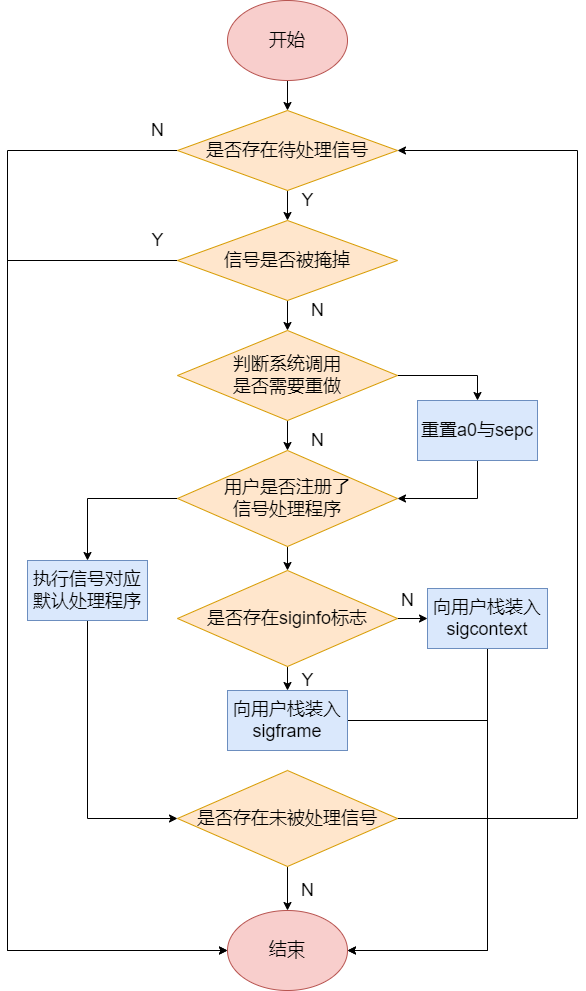
This is docs/content/img/信号处理流程.drawio.png from li041/RocketOS, a draw.io export, as it was before one commit. Source tidied: cells renumbered, new cells last; positions are measured from the earlier drawing's top-left corner, leaving out a move shared by most shapes. Its diagram source:
```xml
<mxGraphModel>
  <root>
    <mxCell id="0" />
    <mxCell id="1" parent="0" />
    <mxCell id="2" style="edgeStyle=orthogonalEdgeStyle;rounded=0;jettySize=auto;html=1;exitX=0.5;exitY=1;exitDx=0;exitDy=0;entryX=0.5;entryY=0;entryDx=0;entryDy=0;fontSize=18;" parent="1" edge="1" source="3" target="6">
      <mxGeometry relative="1" as="geometry" />
    </mxCell>
    <mxCell id="3" value="&lt;font style=&quot;font-size: 18px;&quot;&gt;开始&lt;/font&gt;" style="ellipse;whiteSpace=wrap;html=1;fillColor=#f8cecc;strokeColor=#b85450;" parent="1" vertex="1">
      <mxGeometry x="220" width="120" height="80" as="geometry" />
    </mxCell>
    <mxCell id="4" style="edgeStyle=orthogonalEdgeStyle;rounded=0;jettySize=auto;html=1;exitX=0.5;exitY=1;exitDx=0;exitDy=0;entryX=0.5;entryY=0;entryDx=0;entryDy=0;fontSize=18;" parent="1" edge="1" source="6" target="9">
      <mxGeometry relative="1" as="geometry" />
    </mxCell>
    <mxCell id="5" style="edgeStyle=orthogonalEdgeStyle;rounded=0;jettySize=auto;html=1;exitX=0;exitY=0.5;exitDx=0;exitDy=0;entryX=0;entryY=0.5;entryDx=0;entryDy=0;fontSize=18;" parent="1" edge="1" source="6" target="10">
      <mxGeometry relative="1" as="geometry">
        <Array as="points">
          <mxPoint y="150" />
          <mxPoint y="950" />
        </Array>
      </mxGeometry>
    </mxCell>
    <mxCell id="6" value="是否存在待处理信号" style="rhombus;whiteSpace=wrap;html=1;fontSize=18;fillColor=#ffe6cc;strokeColor=#d79b00;" parent="1" vertex="1">
      <mxGeometry x="170" y="110" width="220" height="80" as="geometry" />
    </mxCell>
    <mxCell id="7" style="edgeStyle=orthogonalEdgeStyle;rounded=0;jettySize=auto;html=1;exitX=0;exitY=0.5;exitDx=0;exitDy=0;entryX=0;entryY=0.5;entryDx=0;entryDy=0;fontSize=18;" parent="1" edge="1" source="9" target="10">
      <mxGeometry relative="1" as="geometry">
        <Array as="points">
          <mxPoint y="260" />
          <mxPoint y="950" />
        </Array>
      </mxGeometry>
    </mxCell>
    <mxCell id="8" style="edgeStyle=orthogonalEdgeStyle;rounded=0;jettySize=auto;html=1;exitX=0.5;exitY=1;exitDx=0;exitDy=0;entryX=0.5;entryY=0;entryDx=0;entryDy=0;fontSize=18;" parent="1" edge="1" source="9" target="23">
      <mxGeometry relative="1" as="geometry" />
    </mxCell>
    <mxCell id="9" value="信号是否被掩掉" style="rhombus;whiteSpace=wrap;html=1;fontSize=18;fillColor=#ffe6cc;strokeColor=#d79b00;" parent="1" vertex="1">
      <mxGeometry x="170" y="220" width="220" height="80" as="geometry" />
    </mxCell>
    <mxCell id="10" value="&lt;font style=&quot;font-size: 18px;&quot;&gt;结束&lt;/font&gt;" style="ellipse;whiteSpace=wrap;html=1;fillColor=#f8cecc;strokeColor=#b85450;" parent="1" vertex="1">
      <mxGeometry x="220" y="910" width="120" height="80" as="geometry" />
    </mxCell>
    <mxCell id="11" value="Y" style="text;html=1;align=center;verticalAlign=middle;strokeColor=none;fillColor=none;fontSize=18;" parent="1" vertex="1">
      <mxGeometry x="280" y="180" width="40" height="40" as="geometry" />
    </mxCell>
    <mxCell id="12" value="N" style="text;html=1;align=center;verticalAlign=middle;strokeColor=none;fillColor=none;fontSize=18;" parent="1" vertex="1">
      <mxGeometry x="130" y="110" width="40" height="40" as="geometry" />
    </mxCell>
    <mxCell id="13" value="Y" style="text;html=1;align=center;verticalAlign=middle;strokeColor=none;fillColor=none;fontSize=18;" parent="1" vertex="1">
      <mxGeometry x="130" y="220" width="40" height="40" as="geometry" />
    </mxCell>
    <mxCell id="14" style="edgeStyle=orthogonalEdgeStyle;rounded=0;jettySize=auto;html=1;exitX=0;exitY=0.5;exitDx=0;exitDy=0;entryX=0.5;entryY=0;entryDx=0;entryDy=0;fontSize=18;" parent="1" edge="1" source="16" target="25">
      <mxGeometry relative="1" as="geometry" />
    </mxCell>
    <mxCell id="15" style="edgeStyle=orthogonalEdgeStyle;rounded=0;jettySize=auto;html=1;exitX=0.5;exitY=1;exitDx=0;exitDy=0;entryX=0.5;entryY=0;entryDx=0;entryDy=0;fontSize=18;" parent="1" edge="1" source="16" target="32">
      <mxGeometry relative="1" as="geometry" />
    </mxCell>
    <mxCell id="16" value="用户是否注册了&lt;br&gt;信号处理程序" style="rhombus;whiteSpace=wrap;html=1;fontSize=18;fillColor=#ffe6cc;strokeColor=#d79b00;" parent="1" vertex="1">
      <mxGeometry x="170" y="450" width="220" height="96" as="geometry" />
    </mxCell>
    <mxCell id="17" value="N" style="text;html=1;align=center;verticalAlign=middle;strokeColor=none;fillColor=none;fontSize=18;" parent="1" vertex="1">
      <mxGeometry x="290" y="290" width="40" height="40" as="geometry" />
    </mxCell>
    <mxCell id="18" value="N" style="text;html=1;align=center;verticalAlign=middle;strokeColor=none;fillColor=none;fontSize=18;" parent="1" vertex="1">
      <mxGeometry x="290" y="420" width="40" height="40" as="geometry" />
    </mxCell>
    <mxCell id="19" style="edgeStyle=orthogonalEdgeStyle;rounded=0;jettySize=auto;html=1;exitX=0.5;exitY=1;exitDx=0;exitDy=0;fontSize=18;" parent="1" edge="1" source="20" target="16">
      <mxGeometry relative="1" as="geometry" />
    </mxCell>
    <mxCell id="20" value="重置a0与sepc" style="rounded=0;whiteSpace=wrap;html=1;fontSize=18;fillColor=#dae8fc;strokeColor=#6c8ebf;" parent="1" vertex="1">
      <mxGeometry x="410" y="400" width="120" height="60" as="geometry" />
    </mxCell>
    <mxCell id="21" style="edgeStyle=orthogonalEdgeStyle;rounded=0;jettySize=auto;html=1;exitX=0.5;exitY=1;exitDx=0;exitDy=0;entryX=0.5;entryY=0;entryDx=0;entryDy=0;fontSize=18;" parent="1" edge="1" source="23" target="16">
      <mxGeometry relative="1" as="geometry" />
    </mxCell>
    <mxCell id="22" style="edgeStyle=orthogonalEdgeStyle;rounded=0;jettySize=auto;html=1;exitX=1;exitY=0.5;exitDx=0;exitDy=0;entryX=0.5;entryY=0;entryDx=0;entryDy=0;fontSize=18;" parent="1" edge="1" source="23" target="20">
      <mxGeometry relative="1" as="geometry" />
    </mxCell>
    <mxCell id="23" value="判断系统调用&lt;br&gt;是否需要重做" style="rhombus;whiteSpace=wrap;html=1;fontSize=18;fillColor=#ffe6cc;strokeColor=#d79b00;" parent="1" vertex="1">
      <mxGeometry x="170" y="330" width="220" height="90" as="geometry" />
    </mxCell>
    <mxCell id="24" style="edgeStyle=orthogonalEdgeStyle;rounded=0;jettySize=auto;html=1;exitX=0.5;exitY=1;exitDx=0;exitDy=0;fontSize=18;entryX=0;entryY=0.5;entryDx=0;entryDy=0;" parent="1" edge="1" source="25" target="28">
      <mxGeometry relative="1" as="geometry" />
    </mxCell>
    <mxCell id="25" value="执行信号对应默认处理程序" style="rounded=0;whiteSpace=wrap;html=1;fontSize=18;fillColor=#dae8fc;strokeColor=#6c8ebf;" parent="1" vertex="1">
      <mxGeometry x="20" y="560" width="120" height="60" as="geometry" />
    </mxCell>
    <mxCell id="26" style="edgeStyle=orthogonalEdgeStyle;rounded=0;jettySize=auto;html=1;exitX=0.5;exitY=1;exitDx=0;exitDy=0;entryX=0.5;entryY=0;entryDx=0;entryDy=0;fontSize=18;" parent="1" edge="1" source="28" target="10">
      <mxGeometry relative="1" as="geometry" />
    </mxCell>
    <mxCell id="27" style="edgeStyle=orthogonalEdgeStyle;rounded=0;jettySize=auto;html=1;exitX=1;exitY=0.5;exitDx=0;exitDy=0;entryX=1;entryY=0.5;entryDx=0;entryDy=0;fontSize=18;" parent="1" edge="1" source="28" target="6">
      <mxGeometry relative="1" as="geometry">
        <Array as="points">
          <mxPoint x="570" y="818" />
          <mxPoint x="570" y="150" />
        </Array>
      </mxGeometry>
    </mxCell>
    <mxCell id="28" value="是否存在未被处理信号" style="rhombus;whiteSpace=wrap;html=1;fontSize=18;fillColor=#ffe6cc;strokeColor=#d79b00;" parent="1" vertex="1">
      <mxGeometry x="170" y="770" width="220" height="96" as="geometry" />
    </mxCell>
    <mxCell id="29" value="N" style="text;html=1;align=center;verticalAlign=middle;strokeColor=none;fillColor=none;fontSize=18;" parent="1" vertex="1">
      <mxGeometry x="280" y="870" width="40" height="40" as="geometry" />
    </mxCell>
    <mxCell id="30" style="edgeStyle=orthogonalEdgeStyle;rounded=0;jettySize=auto;html=1;exitX=0.5;exitY=1;exitDx=0;exitDy=0;entryX=0.5;entryY=0;entryDx=0;entryDy=0;fontSize=18;" parent="1" edge="1" source="32" target="34">
      <mxGeometry relative="1" as="geometry" />
    </mxCell>
    <mxCell id="31" style="edgeStyle=orthogonalEdgeStyle;rounded=0;jettySize=auto;html=1;exitX=1;exitY=0.5;exitDx=0;exitDy=0;entryX=0;entryY=0.5;entryDx=0;entryDy=0;fontSize=18;" parent="1" edge="1" source="32" target="36">
      <mxGeometry relative="1" as="geometry" />
    </mxCell>
    <mxCell id="32" value="是否存在siginfo标志" style="rhombus;whiteSpace=wrap;html=1;fontSize=18;fillColor=#ffe6cc;strokeColor=#d79b00;" parent="1" vertex="1">
      <mxGeometry x="170" y="570" width="220" height="96" as="geometry" />
    </mxCell>
    <mxCell id="33" style="edgeStyle=orthogonalEdgeStyle;rounded=0;jettySize=auto;html=1;exitX=1;exitY=0.5;exitDx=0;exitDy=0;entryX=1;entryY=0.5;entryDx=0;entryDy=0;fontSize=18;" parent="1" edge="1" source="34" target="10">
      <mxGeometry relative="1" as="geometry">
        <Array as="points">
          <mxPoint x="480" y="720" />
          <mxPoint x="480" y="950" />
        </Array>
      </mxGeometry>
    </mxCell>
    <mxCell id="34" value="向用户栈装入sigframe" style="rounded=0;whiteSpace=wrap;html=1;fontSize=18;fillColor=#dae8fc;strokeColor=#6c8ebf;" parent="1" vertex="1">
      <mxGeometry x="220" y="690" width="120" height="60" as="geometry" />
    </mxCell>
    <mxCell id="35" style="edgeStyle=orthogonalEdgeStyle;rounded=0;jettySize=auto;html=1;exitX=0.5;exitY=1;exitDx=0;exitDy=0;entryX=1;entryY=0.5;entryDx=0;entryDy=0;fontSize=18;" parent="1" edge="1" source="36" target="10">
      <mxGeometry relative="1" as="geometry" />
    </mxCell>
    <mxCell id="36" value="向用户栈装入sigcontext" style="rounded=0;whiteSpace=wrap;html=1;fontSize=18;fillColor=#dae8fc;strokeColor=#6c8ebf;" parent="1" vertex="1">
      <mxGeometry x="420" y="588" width="120" height="60" as="geometry" />
    </mxCell>
    <mxCell id="37" value="Y&lt;br&gt;" style="text;html=1;align=center;verticalAlign=middle;strokeColor=none;fillColor=none;fontSize=18;" parent="1" vertex="1">
      <mxGeometry x="280" y="660" width="40" height="40" as="geometry" />
    </mxCell>
    <mxCell id="38" value="N" style="text;html=1;align=center;verticalAlign=middle;strokeColor=none;fillColor=none;fontSize=18;" parent="1" vertex="1">
      <mxGeometry x="380" y="580" width="40" height="40" as="geometry" />
    </mxCell>
  </root>
</mxGraphModel>
```
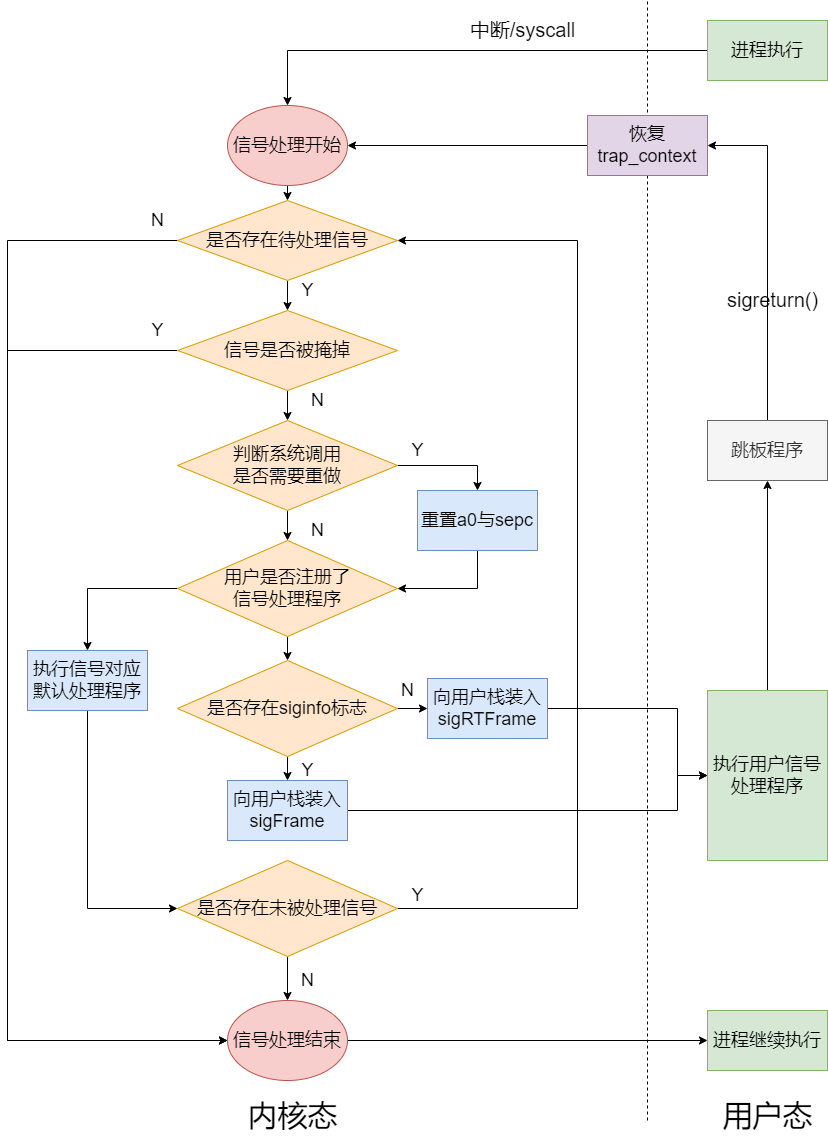
Later version of the same file.

Commit message:
修正了thread、signal内容，调整添加了部分图片

What changed in the source:
```diff
@@ -2,12 +2,6 @@
   <root>
     <mxCell id="0" />
     <mxCell id="1" parent="0" />
-    <mxCell id="2" style="edgeStyle=orthogonalEdgeStyle;rounded=0;jettySize=auto;html=1;exitX=0.5;exitY=1;exitDx=0;exitDy=0;entryX=0.5;entryY=0;entryDx=0;entryDy=0;fontSize=18;" parent="1" edge="1" source="3" target="6">
-      <mxGeometry relative="1" as="geometry" />
-    </mxCell>
-    <mxCell id="3" value="&lt;font style=&quot;font-size: 18px;&quot;&gt;开始&lt;/font&gt;" style="ellipse;whiteSpace=wrap;html=1;fillColor=#f8cecc;strokeColor=#b85450;" parent="1" vertex="1">
-      <mxGeometry x="220" width="120" height="80" as="geometry" />
-    </mxCell>
     <mxCell id="4" style="edgeStyle=orthogonalEdgeStyle;rounded=0;jettySize=auto;html=1;exitX=0.5;exitY=1;exitDx=0;exitDy=0;entryX=0.5;entryY=0;entryDx=0;entryDy=0;fontSize=18;" parent="1" edge="1" source="6" target="9">
       <mxGeometry relative="1" as="geometry" />
     </mxCell>
@@ -36,7 +30,10 @@
     <mxCell id="9" value="信号是否被掩掉" style="rhombus;whiteSpace=wrap;html=1;fontSize=18;fillColor=#ffe6cc;strokeColor=#d79b00;" parent="1" vertex="1">
       <mxGeometry x="170" y="220" width="220" height="80" as="geometry" />
     </mxCell>
+    <mxCell id="39" style="edgeStyle=orthogonalEdgeStyle;rounded=0;jettySize=auto;html=1;exitX=1;exitY=0.5;exitDx=0;exitDy=0;entryX=0;entryY=0.5;entryDx=0;entryDy=0;fontSize=20;" parent="1" edge="1" source="10" target="59">
+      <mxGeometry relative="1" as="geometry" />
+    </mxCell>
-    <mxCell id="10" value="&lt;font style=&quot;font-size: 18px;&quot;&gt;结束&lt;/font&gt;" style="ellipse;whiteSpace=wrap;html=1;fillColor=#f8cecc;strokeColor=#b85450;" parent="1" vertex="1">
+    <mxCell id="10" value="&lt;span style=&quot;font-size: 18px;&quot;&gt;信号处理结束&lt;/span&gt;" style="ellipse;whiteSpace=wrap;html=1;fillColor=#f8cecc;strokeColor=#b85450;" parent="1" vertex="1">
       <mxGeometry x="220" y="910" width="120" height="80" as="geometry" />
     </mxCell>
     <mxCell id="11" value="Y" style="text;html=1;align=center;verticalAlign=middle;strokeColor=none;fillColor=none;fontSize=18;" parent="1" vertex="1">
@@ -110,21 +107,26 @@
     <mxCell id="32" value="是否存在siginfo标志" style="rhombus;whiteSpace=wrap;html=1;fontSize=18;fillColor=#ffe6cc;strokeColor=#d79b00;" parent="1" vertex="1">
       <mxGeometry x="170" y="570" width="220" height="96" as="geometry" />
     </mxCell>
-    <mxCell id="33" style="edgeStyle=orthogonalEdgeStyle;rounded=0;jettySize=auto;html=1;exitX=1;exitY=0.5;exitDx=0;exitDy=0;entryX=1;entryY=0.5;entryDx=0;entryDy=0;fontSize=18;" parent="1" edge="1" source="34" target="10">
-      <mxGeometry relative="1" as="geometry">
-        <Array as="points">
-          <mxPoint x="480" y="720" />
-          <mxPoint x="480" y="950" />
-        </Array>
-      </mxGeometry>
-    </mxCell>
+    <mxCell id="40" style="edgeStyle=orthogonalEdgeStyle;rounded=0;jettySize=auto;html=1;exitX=1;exitY=0.5;exitDx=0;exitDy=0;fontSize=18;entryX=0;entryY=0.5;entryDx=0;entryDy=0;" parent="1" edge="1" source="34" target="47">
+      <mxGeometry relative="1" as="geometry">
+        <Array as="points">
+          <mxPoint x="670" y="720" />
+          <mxPoint x="670" y="685" />
+        </Array>
+      </mxGeometry>
+    </mxCell>
-    <mxCell id="34" value="向用户栈装入sigframe" style="rounded=0;whiteSpace=wrap;html=1;fontSize=18;fillColor=#dae8fc;strokeColor=#6c8ebf;" parent="1" vertex="1">
+    <mxCell id="34" value="向用户栈装入sigFrame" style="rounded=0;whiteSpace=wrap;html=1;fontSize=18;fillColor=#dae8fc;strokeColor=#6c8ebf;" parent="1" vertex="1">
       <mxGeometry x="220" y="690" width="120" height="60" as="geometry" />
     </mxCell>
-    <mxCell id="35" style="edgeStyle=orthogonalEdgeStyle;rounded=0;jettySize=auto;html=1;exitX=0.5;exitY=1;exitDx=0;exitDy=0;entryX=1;entryY=0.5;entryDx=0;entryDy=0;fontSize=18;" parent="1" edge="1" source="36" target="10">
-      <mxGeometry relative="1" as="geometry" />
-    </mxCell>
+    <mxCell id="41" style="edgeStyle=orthogonalEdgeStyle;rounded=0;jettySize=auto;html=1;exitX=1;exitY=0.5;exitDx=0;exitDy=0;fontSize=18;entryX=0;entryY=0.5;entryDx=0;entryDy=0;" parent="1" edge="1" source="36" target="47">
+      <mxGeometry relative="1" as="geometry">
+        <Array as="points">
+          <mxPoint x="670" y="618" />
+          <mxPoint x="670" y="685" />
+        </Array>
+      </mxGeometry>
+    </mxCell>
-    <mxCell id="36" value="向用户栈装入sigcontext" style="rounded=0;whiteSpace=wrap;html=1;fontSize=18;fillColor=#dae8fc;strokeColor=#6c8ebf;" parent="1" vertex="1">
+    <mxCell id="36" value="向用户栈装入sigRTFrame" style="rounded=0;whiteSpace=wrap;html=1;fontSize=18;fillColor=#dae8fc;strokeColor=#6c8ebf;" parent="1" vertex="1">
       <mxGeometry x="420" y="588" width="120" height="60" as="geometry" />
     </mxCell>
     <mxCell id="37" value="Y&lt;br&gt;" style="text;html=1;align=center;verticalAlign=middle;strokeColor=none;fillColor=none;fontSize=18;" parent="1" vertex="1">
@@ -133,5 +135,62 @@
     <mxCell id="38" value="N" style="text;html=1;align=center;verticalAlign=middle;strokeColor=none;fillColor=none;fontSize=18;" parent="1" vertex="1">
       <mxGeometry x="380" y="580" width="40" height="40" as="geometry" />
     </mxCell>
+    <mxCell id="42" style="endArrow=none;dashed=1;html=1;rounded=0;" parent="1" edge="1">
+      <mxGeometry relative="1" as="geometry">
+        <mxPoint x="640" y="1030" as="sourcePoint" />
+        <mxPoint x="640" y="-90" as="targetPoint" />
+      </mxGeometry>
+    </mxCell>
+    <mxCell id="43" value="&lt;font style=&quot;font-size: 30px;&quot;&gt;内核态&lt;/font&gt;" style="text;html=1;align=center;verticalAlign=middle;strokeColor=none;fillColor=none;" parent="1" vertex="1">
+      <mxGeometry x="230" y="1000" width="110" height="50" as="geometry" />
+    </mxCell>
+    <mxCell id="44" value="Y" style="text;html=1;align=center;verticalAlign=middle;strokeColor=none;fillColor=none;fontSize=18;" parent="1" vertex="1">
+      <mxGeometry x="390" y="340" width="40" height="40" as="geometry" />
+    </mxCell>
+    <mxCell id="45" value="&lt;font style=&quot;font-size: 18px;&quot;&gt;Y&lt;/font&gt;" style="text;html=1;align=center;verticalAlign=middle;strokeColor=none;fillColor=none;fontSize=30;" parent="1" vertex="1">
+      <mxGeometry x="390" y="775" width="40" height="50" as="geometry" />
+    </mxCell>
+    <mxCell id="46" style="edgeStyle=orthogonalEdgeStyle;rounded=0;jettySize=auto;html=1;exitX=0.5;exitY=0;exitDx=0;exitDy=0;entryX=0.5;entryY=1;entryDx=0;entryDy=0;fontSize=18;" parent="1" edge="1" source="47" target="49">
+      <mxGeometry relative="1" as="geometry" />
+    </mxCell>
+    <mxCell id="47" value="执行用户信号处理程序" style="rounded=0;whiteSpace=wrap;html=1;fontSize=18;fillColor=#d5e8d4;strokeColor=#82b366;" parent="1" vertex="1">
+      <mxGeometry x="700" y="600" width="120" height="170" as="geometry" />
+    </mxCell>
+    <mxCell id="48" style="edgeStyle=orthogonalEdgeStyle;rounded=0;jettySize=auto;html=1;exitX=0.5;exitY=0;exitDx=0;exitDy=0;entryX=1;entryY=0.5;entryDx=0;entryDy=0;fontSize=18;" parent="1" edge="1" source="49" target="51">
+      <mxGeometry relative="1" as="geometry" />
+    </mxCell>
+    <mxCell id="49" value="跳板程序" style="rounded=0;whiteSpace=wrap;html=1;fontSize=18;fillColor=#f5f5f5;fontColor=#333333;strokeColor=#666666;" parent="1" vertex="1">
+      <mxGeometry x="700" y="330" width="120" height="60" as="geometry" />
+    </mxCell>
+    <mxCell id="50" style="edgeStyle=orthogonalEdgeStyle;rounded=0;jettySize=auto;html=1;exitX=0;exitY=0.5;exitDx=0;exitDy=0;entryX=1;entryY=0.5;entryDx=0;entryDy=0;fontSize=18;" parent="1" edge="1" source="51" target="55">
+      <mxGeometry relative="1" as="geometry" />
+    </mxCell>
+    <mxCell id="51" value="恢复trap_context" style="rounded=0;whiteSpace=wrap;html=1;fontSize=18;fillColor=#e1d5e7;strokeColor=#9673a6;" parent="1" vertex="1">
+      <mxGeometry x="580" y="25" width="120" height="60" as="geometry" />
+    </mxCell>
+    <mxCell id="52" value="&lt;font style=&quot;font-size: 20px;&quot;&gt;sigreturn()&lt;/font&gt;" style="text;html=1;align=center;verticalAlign=middle;strokeColor=none;fillColor=none;fontSize=18;" parent="1" vertex="1">
+      <mxGeometry x="710" y="190" width="110" height="40" as="geometry" />
+    </mxCell>
+    <mxCell id="53" value="&lt;font style=&quot;font-size: 30px;&quot;&gt;用户态&lt;/font&gt;" style="text;html=1;align=center;verticalAlign=middle;strokeColor=none;fillColor=none;" parent="1" vertex="1">
+      <mxGeometry x="705" y="1000" width="110" height="50" as="geometry" />
+    </mxCell>
+    <mxCell id="54" style="edgeStyle=orthogonalEdgeStyle;rounded=0;jettySize=auto;html=1;exitX=0.5;exitY=1;exitDx=0;exitDy=0;entryX=0.5;entryY=0;entryDx=0;entryDy=0;fontSize=18;" parent="1" edge="1" source="55" target="6">
+      <mxGeometry relative="1" as="geometry" />
+    </mxCell>
+    <mxCell id="55" value="信号处理开始" style="ellipse;whiteSpace=wrap;html=1;fontSize=18;fillColor=#f8cecc;strokeColor=#b85450;" parent="1" vertex="1">
+      <mxGeometry x="220" y="15" width="120" height="80" as="geometry" />
+    </mxCell>
+    <mxCell id="56" style="edgeStyle=orthogonalEdgeStyle;rounded=0;jettySize=auto;html=1;exitX=0;exitY=0.5;exitDx=0;exitDy=0;entryX=0.5;entryY=0;entryDx=0;entryDy=0;fontSize=18;" parent="1" edge="1" source="57" target="55">
+      <mxGeometry relative="1" as="geometry" />
+    </mxCell>
+    <mxCell id="57" value="进程执行" style="rounded=0;whiteSpace=wrap;html=1;fontSize=18;fillColor=#d5e8d4;strokeColor=#82b366;" parent="1" vertex="1">
+      <mxGeometry x="700" y="-70" width="120" height="60" as="geometry" />
+    </mxCell>
+    <mxCell id="58" value="&lt;font style=&quot;font-size: 20px;&quot;&gt;中断/syscall&lt;/font&gt;" style="text;html=1;align=center;verticalAlign=middle;strokeColor=none;fillColor=none;fontSize=18;" parent="1" vertex="1">
+      <mxGeometry x="450" y="-80" width="130" height="40" as="geometry" />
+    </mxCell>
+    <mxCell id="59" value="进程继续执行" style="rounded=0;whiteSpace=wrap;html=1;fontSize=18;fillColor=#d5e8d4;strokeColor=#82b366;" parent="1" vertex="1">
+      <mxGeometry x="700" y="920" width="120" height="60" as="geometry" />
+    </mxCell>
   </root>
 </mxGraphModel>
```
